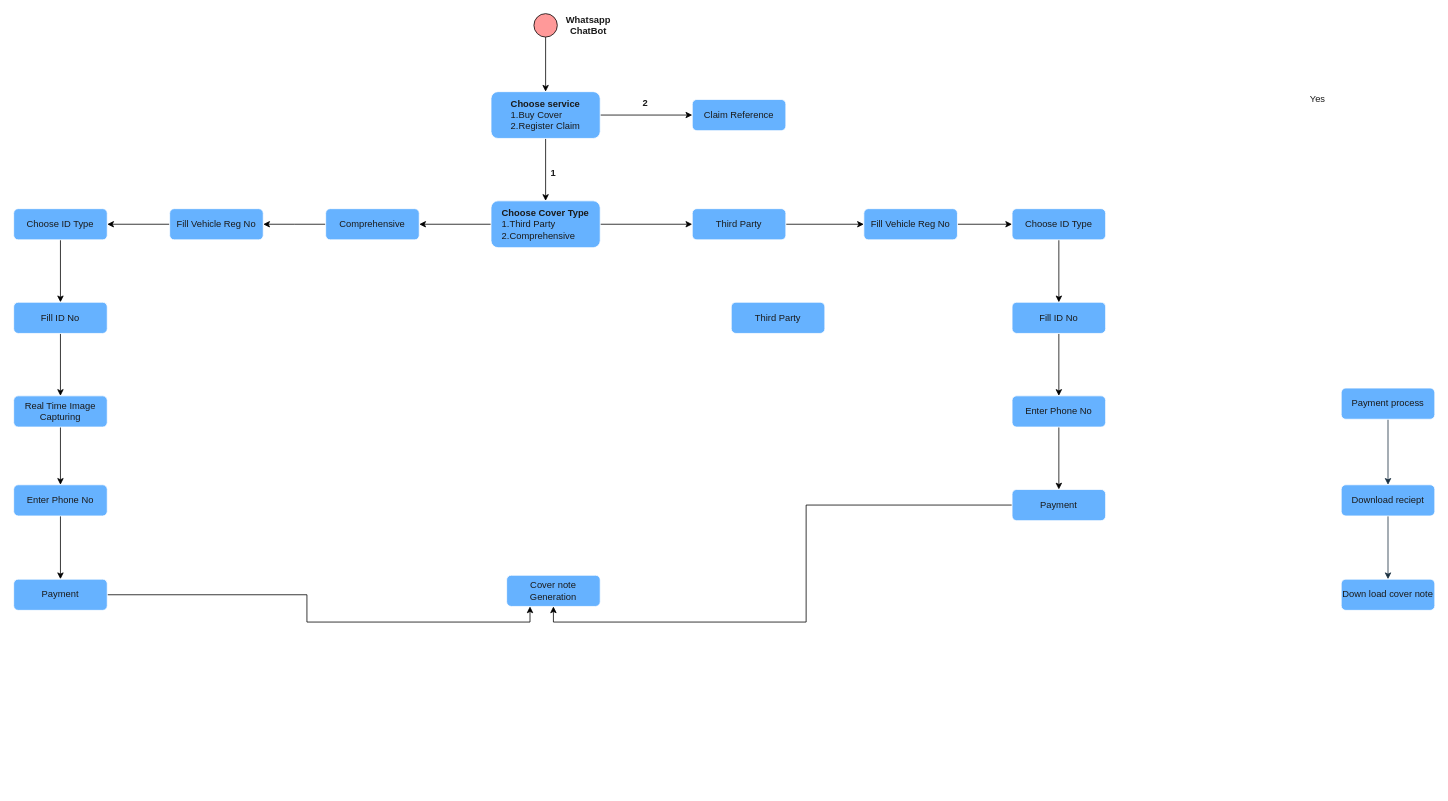
Earlier version of the draw.io diagram Untitled Diagram.drawio (remigius974/FlutterApps). Source tidied: cells renumbered, new cells numbered last; positions are measured from the earlier drawing's top-left corner, leaving out a move shared by most shapes. Both pictures are drawn from the tidied source at 78%, with x=0, y=0 at pixel (13, 13).
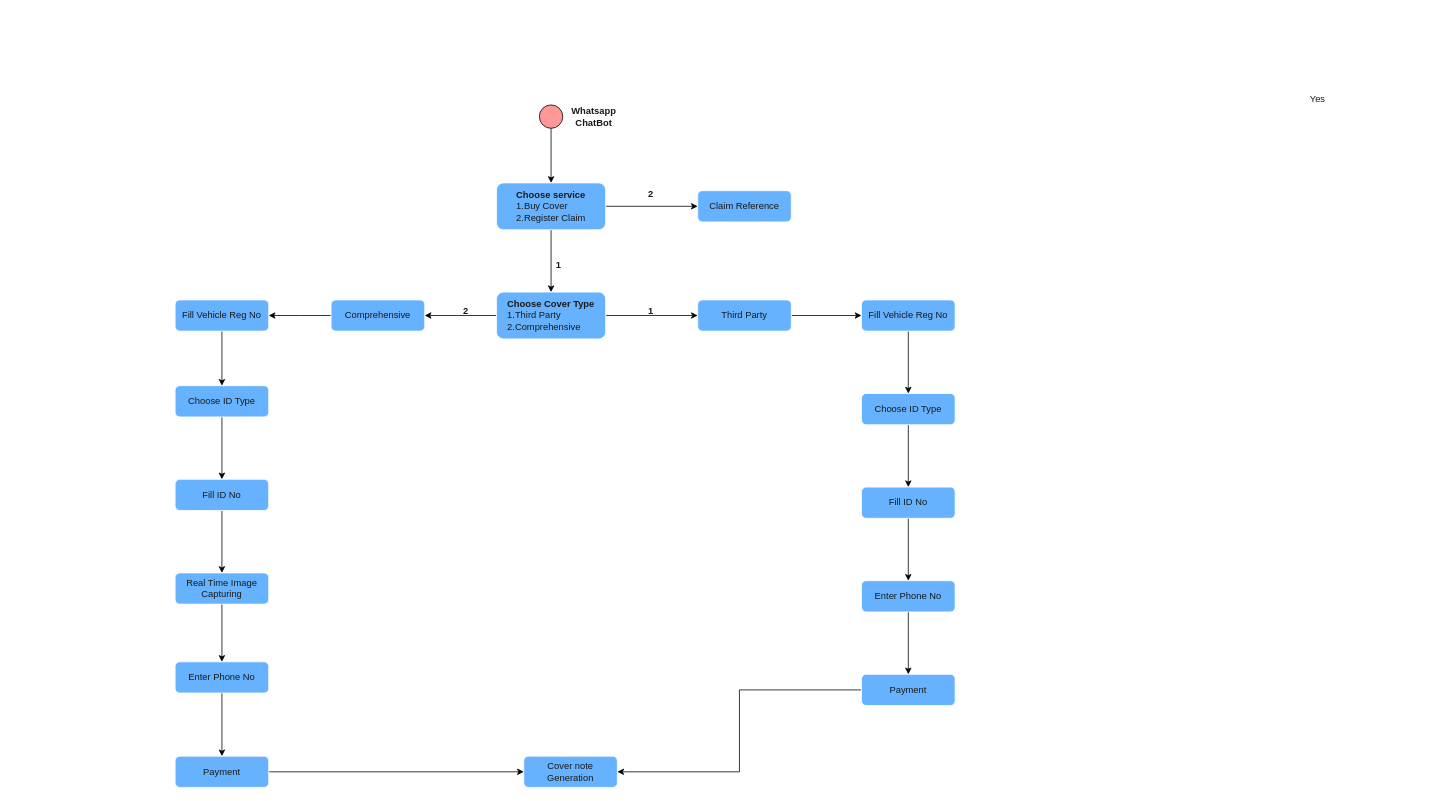
The same page after the edit.

Diff of the diagram source:
```diff
@@
-    <mxCell id="3" value="Down load cover note" style="rounded=1;whiteSpace=wrap;html=1;fontSize=12;glass=0;strokeWidth=1;shadow=0;labelBackgroundColor=none;fillColor=#66B2FF;strokeColor=#FFFFFF;fontColor=#1A1A1A;" parent="1" vertex="1">
-      <mxGeometry x="1702" y="725" width="120" height="40" as="geometry" />
-    </mxCell>
-    <mxCell id="4" style="edgeStyle=orthogonalEdgeStyle;rounded=0;jettySize=auto;html=1;strokeColor=#182E3E;fontColor=#1A1A1A;" parent="1" edge="1" source="5" target="3">
-      <mxGeometry relative="1" as="geometry" />
-    </mxCell>
-    <mxCell id="5" value="Download reciept" style="rounded=1;whiteSpace=wrap;html=1;fontSize=12;glass=0;strokeWidth=1;shadow=0;labelBackgroundColor=none;fillColor=#66B2FF;strokeColor=#FFFFFF;fontColor=#1A1A1A;" parent="1" vertex="1">
-      <mxGeometry x="1702" y="604" width="120" height="40" as="geometry" />
-    </mxCell>
-    <mxCell id="6" style="edgeStyle=orthogonalEdgeStyle;rounded=0;jettySize=auto;html=1;strokeColor=#182E3E;fontColor=#1A1A1A;" parent="1" edge="1" source="7" target="5">
-      <mxGeometry relative="1" as="geometry" />
-    </mxCell>
-    <mxCell id="7" value="Payment process" style="rounded=1;whiteSpace=wrap;html=1;fontSize=12;glass=0;strokeWidth=1;shadow=0;labelBackgroundColor=none;fillColor=#66B2FF;strokeColor=#FFFFFF;fontColor=#1A1A1A;" parent="1" vertex="1">
-      <mxGeometry x="1702" y="480" width="120" height="40" as="geometry" />
-    </mxCell>
     <mxCell id="8" value="Claim Reference" style="rounded=1;whiteSpace=wrap;html=1;fontSize=12;glass=0;strokeWidth=1;shadow=0;labelBackgroundColor=none;fillColor=#66B2FF;strokeColor=#FFFFFF;fontColor=#1A1A1A;" parent="1" vertex="1">
-      <mxGeometry x="870" y="110" width="120" height="40" as="geometry" />
+      <mxGeometry x="877" y="227" width="120" height="40" as="geometry" />
     </mxCell>
     <mxCell id="9" value="&lt;b&gt;2&lt;/b&gt;" style="text;strokeColor=none;align=center;fillColor=none;html=1;verticalAlign=middle;whiteSpace=wrap;rounded=1;labelBackgroundColor=none;fontColor=#1A1A1A;" parent="1" vertex="1">
-      <mxGeometry x="770" y="100" width="80" height="30" as="geometry" />
+      <mxGeometry x="777" y="217" width="80" height="30" as="geometry" />
     </mxCell>
@@
     <mxCell id="12" value="&lt;div&gt;&lt;b&gt;Choose service&lt;/b&gt;&lt;/div&gt;&lt;div align=&quot;left&quot;&gt;1.Buy Cover&lt;/div&gt;&lt;div align=&quot;left&quot;&gt;2.Register Claim&lt;br&gt;&lt;/div&gt;" style="rounded=1;whiteSpace=wrap;html=1;fontSize=12;glass=0;strokeWidth=1;shadow=0;labelBackgroundColor=none;fillColor=#66B2FF;strokeColor=#FFFFFF;fontColor=#1A1A1A;" parent="1" vertex="1">
-      <mxGeometry x="612" y="100" width="140" height="60" as="geometry" />
+      <mxGeometry x="619" y="217" width="140" height="60" as="geometry" />
     </mxCell>
@@
     <mxCell id="14" style="ellipse;whiteSpace=wrap;html=1;fillColor=#FF9999;" parent="1" vertex="1">
-      <mxGeometry x="667" width="30" height="30" as="geometry" />
+      <mxGeometry x="674" y="117" width="30" height="30" as="geometry" />
     </mxCell>
@@
     <mxCell id="17" value="&lt;div&gt;&lt;b&gt;Choose Cover Type&lt;/b&gt;&lt;/div&gt;&lt;div align=&quot;left&quot;&gt;1.Third Party&lt;/div&gt;&lt;div align=&quot;left&quot;&gt;2.Comprehensive&lt;br&gt;&lt;/div&gt;" style="rounded=1;whiteSpace=wrap;html=1;fontSize=12;glass=0;strokeWidth=1;shadow=0;labelBackgroundColor=none;fillColor=#66B2FF;strokeColor=#FFFFFF;fontColor=#1A1A1A;" parent="1" vertex="1">
-      <mxGeometry x="612" y="240" width="140" height="60" as="geometry" />
+      <mxGeometry x="619" y="357" width="140" height="60" as="geometry" />
     </mxCell>
     <mxCell id="18" value="&lt;b&gt;1&lt;/b&gt;" style="text;strokeColor=none;align=center;fillColor=none;html=1;verticalAlign=middle;whiteSpace=wrap;rounded=1;labelBackgroundColor=none;fontColor=#1A1A1A;" parent="1" vertex="1">
-      <mxGeometry x="667" y="190" width="50" height="30" as="geometry" />
+      <mxGeometry x="674" y="307" width="50" height="30" as="geometry" />
     </mxCell>
@@
     <mxCell id="20" value="Third Party" style="rounded=1;whiteSpace=wrap;html=1;fontSize=12;glass=0;strokeWidth=1;shadow=0;labelBackgroundColor=none;fillColor=#66B2FF;strokeColor=#FFFFFF;fontColor=#1A1A1A;" parent="1" vertex="1">
-      <mxGeometry x="870" y="250" width="120" height="40" as="geometry" />
+      <mxGeometry x="877" y="367" width="120" height="40" as="geometry" />
     </mxCell>
     <mxCell id="21" style="edgeStyle=orthogonalEdgeStyle;rounded=0;jettySize=auto;html=1;" parent="1" edge="1" source="22">
       <mxGeometry relative="1" as="geometry">
-        <mxPoint x="320" y="270" as="targetPoint" />
+        <mxPoint x="327" y="387" as="targetPoint" />
       </mxGeometry>
     </mxCell>
     <mxCell id="22" value="Comprehensive" style="rounded=1;whiteSpace=wrap;html=1;fontSize=12;glass=0;strokeWidth=1;shadow=0;labelBackgroundColor=none;fillColor=#66B2FF;strokeColor=#FFFFFF;fontColor=#1A1A1A;" parent="1" vertex="1">
-      <mxGeometry x="400" y="250" width="120" height="40" as="geometry" />
+      <mxGeometry x="407" y="367" width="120" height="40" as="geometry" />
     </mxCell>
@@
     <mxCell id="24" value="Fill Vehicle Reg No" style="rounded=1;whiteSpace=wrap;html=1;fontSize=12;glass=0;strokeWidth=1;shadow=0;labelBackgroundColor=none;fillColor=#66B2FF;strokeColor=#FFFFFF;fontColor=#1A1A1A;" parent="1" vertex="1">
-      <mxGeometry x="1090" y="250" width="120" height="40" as="geometry" />
+      <mxGeometry x="1087" y="367" width="120" height="40" as="geometry" />
     </mxCell>
-    <mxCell id="25" value="Third Party" style="rounded=1;whiteSpace=wrap;html=1;fontSize=12;glass=0;strokeWidth=1;shadow=0;labelBackgroundColor=none;fillColor=#66B2FF;strokeColor=#FFFFFF;fontColor=#1A1A1A;" parent="1" vertex="1">
-      <mxGeometry x="920" y="370" width="120" height="40" as="geometry" />
-    </mxCell>
@@
     <mxCell id="27" value="Fill ID No" style="rounded=1;whiteSpace=wrap;html=1;fontSize=12;glass=0;strokeWidth=1;shadow=0;labelBackgroundColor=none;fillColor=#66B2FF;strokeColor=#FFFFFF;fontColor=#1A1A1A;" parent="1" vertex="1">
-      <mxGeometry x="1280" y="370" width="120" height="40" as="geometry" />
+      <mxGeometry x="1087" y="607" width="120" height="40" as="geometry" />
     </mxCell>
@@
     <mxCell id="29" value="Choose ID Type" style="rounded=1;whiteSpace=wrap;html=1;fontSize=12;glass=0;strokeWidth=1;shadow=0;labelBackgroundColor=none;fillColor=#66B2FF;strokeColor=#FFFFFF;fontColor=#1A1A1A;" parent="1" vertex="1">
-      <mxGeometry x="1280" y="250" width="120" height="40" as="geometry" />
+      <mxGeometry x="1087" y="487" width="120" height="40" as="geometry" />
     </mxCell>
     <mxCell id="30" value="Cover note Generation" style="rounded=1;whiteSpace=wrap;html=1;fontSize=12;glass=0;strokeWidth=1;shadow=0;labelBackgroundColor=none;fillColor=#66B2FF;strokeColor=#FFFFFF;fontColor=#1A1A1A;" parent="1" vertex="1">
-      <mxGeometry x="632" y="720" width="120" height="40" as="geometry" />
+      <mxGeometry x="654" y="952" width="120" height="40" as="geometry" />
     </mxCell>
@@
     <mxCell id="32" value="Real Time Image Capturing" style="rounded=1;whiteSpace=wrap;html=1;fontSize=12;glass=0;strokeWidth=1;shadow=0;labelBackgroundColor=none;fillColor=#66B2FF;strokeColor=#FFFFFF;fontColor=#1A1A1A;" parent="1" vertex="1">
-      <mxGeometry y="490" width="120" height="40" as="geometry" />
+      <mxGeometry x="207" y="717" width="120" height="40" as="geometry" />
     </mxCell>
-    <mxCell id="33" style="edgeStyle=orthogonalEdgeStyle;rounded=0;jettySize=auto;html=1;entryX=0.5;entryY=1;entryDx=0;entryDy=0;" parent="1" edge="1" source="34" target="30">
+    <mxCell id="33" style="edgeStyle=orthogonalEdgeStyle;rounded=0;jettySize=auto;html=1;entryX=1;entryY=0.5;entryDx=0;entryDy=0;" parent="1" edge="1" source="34" target="30">
       <mxGeometry relative="1" as="geometry" />
     </mxCell>
     <mxCell id="34" value="Payment" style="rounded=1;whiteSpace=wrap;html=1;fontSize=12;glass=0;strokeWidth=1;shadow=0;labelBackgroundColor=none;fillColor=#66B2FF;strokeColor=#FFFFFF;fontColor=#1A1A1A;" parent="1" vertex="1">
-      <mxGeometry x="1280" y="610" width="120" height="40" as="geometry" />
+      <mxGeometry x="1087" y="847" width="120" height="40" as="geometry" />
     </mxCell>
@@
     <mxCell id="36" value="Enter Phone No" style="rounded=1;whiteSpace=wrap;html=1;fontSize=12;glass=0;strokeWidth=1;shadow=0;labelBackgroundColor=none;fillColor=#66B2FF;strokeColor=#FFFFFF;fontColor=#1A1A1A;" parent="1" vertex="1">
-      <mxGeometry x="1280" y="490" width="120" height="40" as="geometry" />
+      <mxGeometry x="1087" y="727" width="120" height="40" as="geometry" />
     </mxCell>
     <mxCell id="37" value="&lt;b&gt;Whatsapp ChatBot&lt;br&gt;&lt;/b&gt;" style="text;strokeColor=none;align=center;fillColor=none;html=1;verticalAlign=middle;whiteSpace=wrap;rounded=1;labelBackgroundColor=none;fontColor=#1A1A1A;" parent="1" vertex="1">
-      <mxGeometry x="697" width="80" height="30" as="geometry" />
+      <mxGeometry x="704" y="117" width="80" height="30" as="geometry" />
     </mxCell>
@@
     <mxCell id="39" value="Fill Vehicle Reg No" style="rounded=1;whiteSpace=wrap;html=1;fontSize=12;glass=0;strokeWidth=1;shadow=0;labelBackgroundColor=none;fillColor=#66B2FF;strokeColor=#FFFFFF;fontColor=#1A1A1A;" parent="1" vertex="1">
-      <mxGeometry x="200" y="250" width="120" height="40" as="geometry" />
+      <mxGeometry x="207" y="367" width="120" height="40" as="geometry" />
     </mxCell>
@@
     <mxCell id="41" value="Choose ID Type" style="rounded=1;whiteSpace=wrap;html=1;fontSize=12;glass=0;strokeWidth=1;shadow=0;labelBackgroundColor=none;fillColor=#66B2FF;strokeColor=#FFFFFF;fontColor=#1A1A1A;" parent="1" vertex="1">
-      <mxGeometry y="250" width="120" height="40" as="geometry" />
+      <mxGeometry x="207" y="477" width="120" height="40" as="geometry" />
     </mxCell>
@@
     <mxCell id="43" value="Fill ID No" style="rounded=1;whiteSpace=wrap;html=1;fontSize=12;glass=0;strokeWidth=1;shadow=0;labelBackgroundColor=none;fillColor=#66B2FF;strokeColor=#FFFFFF;fontColor=#1A1A1A;" parent="1" vertex="1">
-      <mxGeometry y="370" width="120" height="40" as="geometry" />
+      <mxGeometry x="207" y="597" width="120" height="40" as="geometry" />
     </mxCell>
@@
     <mxCell id="45" value="Enter Phone No" style="rounded=1;whiteSpace=wrap;html=1;fontSize=12;glass=0;strokeWidth=1;shadow=0;labelBackgroundColor=none;fillColor=#66B2FF;strokeColor=#FFFFFF;fontColor=#1A1A1A;" parent="1" vertex="1">
-      <mxGeometry y="604" width="120" height="40" as="geometry" />
+      <mxGeometry x="207" y="831" width="120" height="40" as="geometry" />
     </mxCell>
-    <mxCell id="46" style="edgeStyle=orthogonalEdgeStyle;rounded=0;jettySize=auto;html=1;entryX=0.25;entryY=1;entryDx=0;entryDy=0;" parent="1" edge="1" source="47" target="30">
+    <mxCell id="46" style="edgeStyle=orthogonalEdgeStyle;rounded=0;jettySize=auto;html=1;entryX=0;entryY=0.5;entryDx=0;entryDy=0;" parent="1" edge="1" source="47" target="30">
       <mxGeometry relative="1" as="geometry" />
     </mxCell>
     <mxCell id="47" value="Payment" style="rounded=1;whiteSpace=wrap;html=1;fontSize=12;glass=0;strokeWidth=1;shadow=0;labelBackgroundColor=none;fillColor=#66B2FF;strokeColor=#FFFFFF;fontColor=#1A1A1A;" parent="1" vertex="1">
-      <mxGeometry y="725" width="120" height="40" as="geometry" />
+      <mxGeometry x="207" y="952" width="120" height="40" as="geometry" />
     </mxCell>
+    <mxCell id="48" value="&lt;b&gt;1&lt;/b&gt;" style="text;strokeColor=none;align=center;fillColor=none;html=1;verticalAlign=middle;whiteSpace=wrap;rounded=1;labelBackgroundColor=none;fontColor=#1A1A1A;" parent="1" vertex="1">
+      <mxGeometry x="792" y="367" width="50" height="30" as="geometry" />
+    </mxCell>
+    <mxCell id="49" value="&lt;b&gt;2&lt;/b&gt;" style="text;strokeColor=none;align=center;fillColor=none;html=1;verticalAlign=middle;whiteSpace=wrap;rounded=1;labelBackgroundColor=none;fontColor=#1A1A1A;" parent="1" vertex="1">
+      <mxGeometry x="540" y="367" width="80" height="30" as="geometry" />
+    </mxCell>
```
